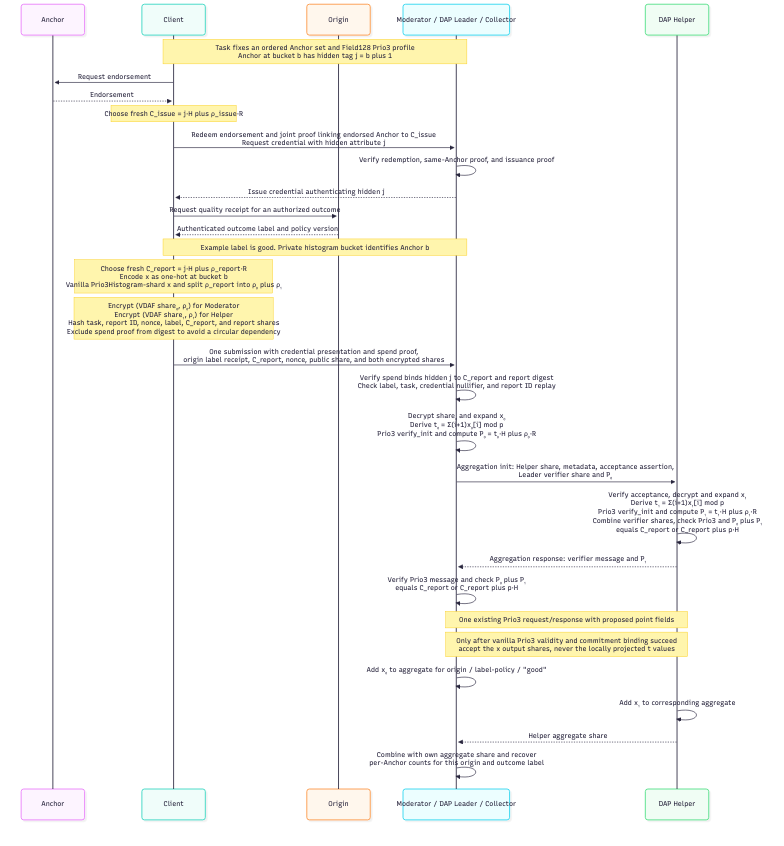
Before: quality-report-sequence.png, a diagram exported from Mermaid (chris-wood/mole-reporting). Its source is kept beside it as quality-report-sequence.mmd.
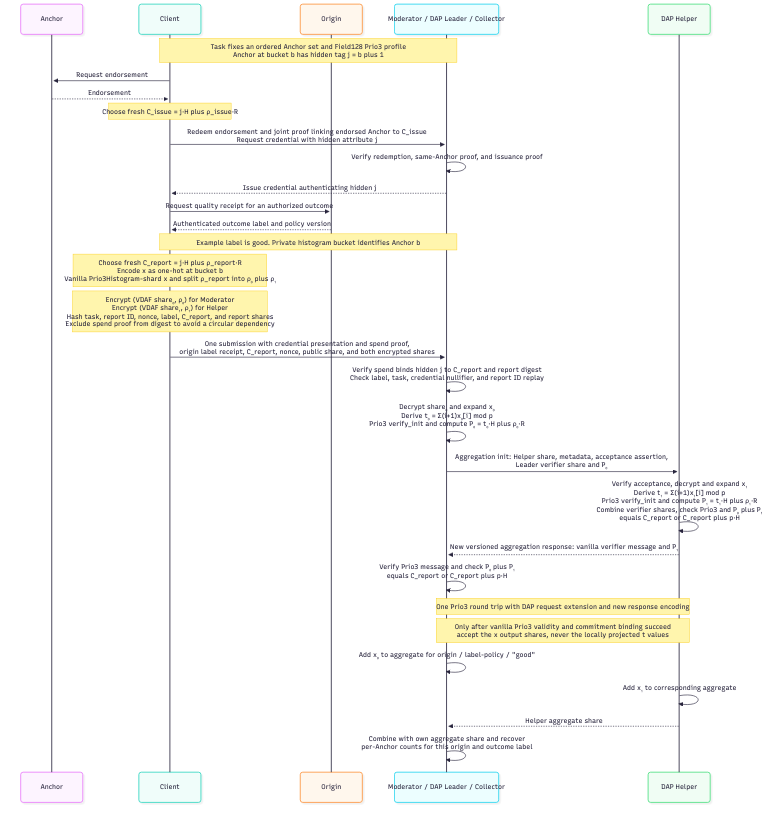
The same diagram one commit later.

Change to the diagram source:
```diff
@@ -27,9 +27,9 @@
     M->>M: Decrypt share₀ and expand x₀<br/>Derive t₀ = Σ(i+1)x₀[i] mod p<br/>Prio3 verify_init and compute P₀ = t₀·H plus ρ₀·R
     M->>H: Aggregation init: Helper share, metadata, acceptance assertion,<br/>Leader verifier share and P₀
     H->>H: Verify acceptance, decrypt and expand x₁<br/>Derive t₁ = Σ(i+1)x₁[i] mod p<br/>Prio3 verify_init and compute P₁ = t₁·H plus ρ₁·R<br/>Combine verifier shares, check Prio3 and P₀ plus P₁<br/>equals C_report or C_report plus p·H
-    H-->>M: Aggregation response: verifier message and P₁
+    H-->>M: New versioned aggregation response: vanilla verifier message and P₁
     M->>M: Verify Prio3 message and check P₀ plus P₁<br/>equals C_report or C_report plus p·H
-    Note over M,H: One existing Prio3 request/response with proposed point fields
+    Note over M,H: One Prio3 round trip with DAP request extension and new response encoding
 
     Note over M,H: Only after vanilla Prio3 validity and commitment binding succeed<br/>accept the x output shares, never the locally projected t values
     M->>M: Add x₀ to aggregate for origin / label-policy / "good"
```
